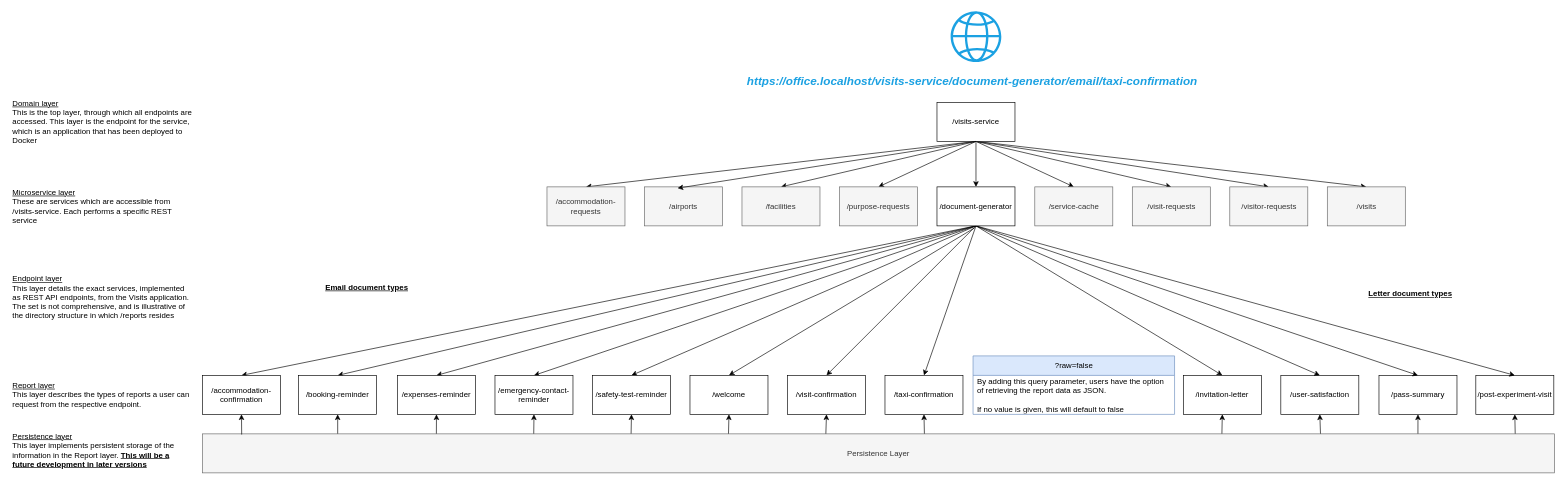
The draw.io diagram Service URL hierarchy.drawio in ambolt314/FinalProjectDesign, before the edit. Source tidied: cells renumbered, new cells numbered last; positions are measured from the earlier drawing's top-left corner, leaving out a move shared by most shapes. Both pictures are drawn from the tidied source at 65%, with x=0, y=0 at pixel (11, 11).
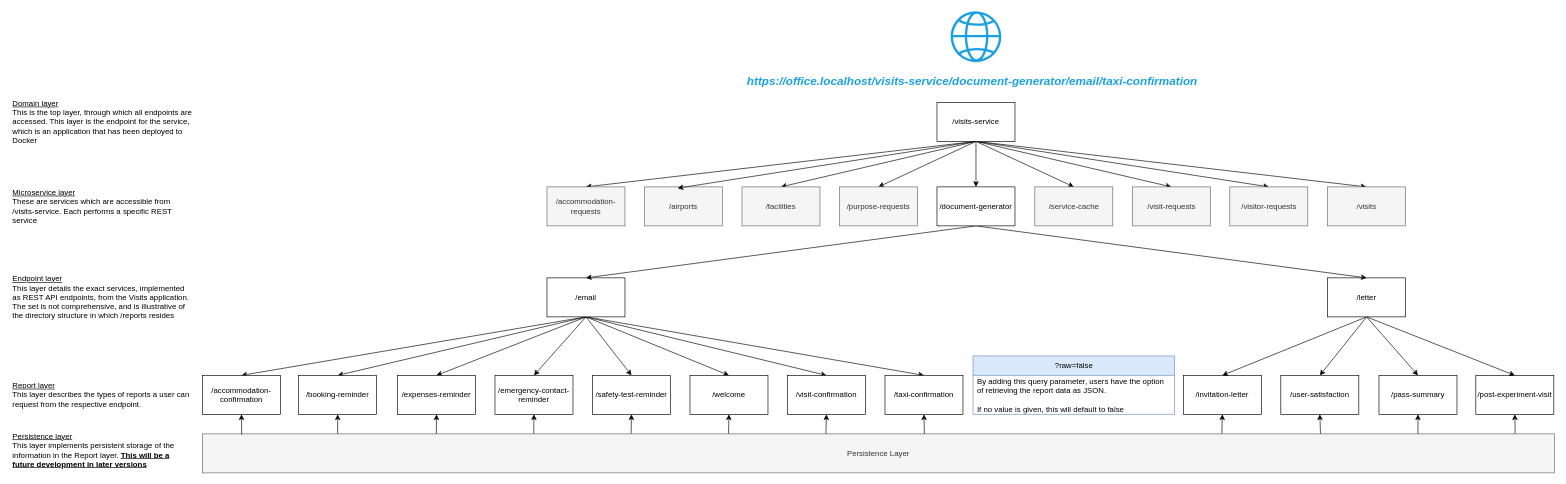
After the change.

Commit message:
Reverted to original design

Unchanged cells that the change refers to:
```xml
<mxCell id="20" value="/visit-confirmation" style="rounded=0;whiteSpace=wrap;html=1;" parent="1" vertex="1">
  <mxGeometry x="1194" y="560" width="120" height="60" as="geometry" />
</mxCell>
<mxCell id="28" value="/taxi-confirmation" style="rounded=0;whiteSpace=wrap;html=1;" parent="1" vertex="1">
  <mxGeometry x="1344" y="560" width="120" height="60" as="geometry" />
</mxCell>
<mxCell id="29" value="/booking-reminder" style="rounded=0;whiteSpace=wrap;html=1;" parent="1" vertex="1">
  <mxGeometry x="442" y="560" width="120" height="60" as="geometry" />
</mxCell>
<mxCell id="32" value="/accommodation-confirmation" style="rounded=0;whiteSpace=wrap;html=1;" parent="1" vertex="1">
  <mxGeometry x="294" y="560" width="120" height="60" as="geometry" />
</mxCell>
<mxCell id="35" value="/expenses-reminder" style="rounded=0;whiteSpace=wrap;html=1;" parent="1" vertex="1">
  <mxGeometry x="594" y="560" width="120" height="60" as="geometry" />
</mxCell>
<mxCell id="36" value="/invitation-letter" style="rounded=0;whiteSpace=wrap;html=1;" parent="1" vertex="1">
  <mxGeometry x="1803" y="560" width="120" height="60" as="geometry" />
</mxCell>
<mxCell id="37" value="/pass-summary" style="rounded=0;whiteSpace=wrap;html=1;" parent="1" vertex="1">
  <mxGeometry x="2104" y="560" width="120" height="60" as="geometry" />
</mxCell>
<mxCell id="38" value="/post-experiment-visit" style="rounded=0;whiteSpace=wrap;html=1;" parent="1" vertex="1">
  <mxGeometry x="2253" y="560" width="120" height="60" as="geometry" />
</mxCell>
<mxCell id="39" value="/safety-test-reminder" style="rounded=0;whiteSpace=wrap;html=1;" parent="1" vertex="1">
  <mxGeometry x="894" y="560" width="120" height="60" as="geometry" />
</mxCell>
<mxCell id="40" value="/emergency-contact-reminder" style="rounded=0;whiteSpace=wrap;html=1;" parent="1" vertex="1">
  <mxGeometry x="744" y="560" width="120" height="60" as="geometry" />
</mxCell>
<mxCell id="41" value="/user-satisfaction" style="rounded=0;whiteSpace=wrap;html=1;" parent="1" vertex="1">
  <mxGeometry x="1953" y="560" width="120" height="60" as="geometry" />
</mxCell>
<mxCell id="42" value="/welcome" style="rounded=0;whiteSpace=wrap;html=1;" parent="1" vertex="1">
  <mxGeometry x="1044" y="560" width="120" height="60" as="geometry" />
</mxCell>
<mxCell id="48" value="&lt;div&gt;/document-generator&lt;/div&gt;" style="rounded=0;whiteSpace=wrap;html=1;" parent="1" vertex="1">
  <mxGeometry x="1424" y="270" width="120" height="60" as="geometry" />
</mxCell>
```

The edit, as a diff of the source:
```diff
@@
-    <mxCell id="12" style="edgeStyle=none;rounded=0;jettySize=auto;html=1;entryX=0.5;entryY=0;entryDx=0;entryDy=0;exitX=0.5;exitY=1;exitDx=0;exitDy=0;" parent="1" edge="1" source="48" target="32">
+    <mxCell id="12" style="edgeStyle=none;rounded=0;jettySize=auto;html=1;entryX=0.5;entryY=0;entryDx=0;entryDy=0;exitX=0.5;exitY=1;exitDx=0;exitDy=0;" parent="1" edge="1" source="69" target="32">
       <mxGeometry relative="1" as="geometry" />
     </mxCell>
-    <mxCell id="13" style="edgeStyle=none;rounded=0;jettySize=auto;html=1;entryX=0.5;entryY=0;entryDx=0;entryDy=0;exitX=0.5;exitY=1;exitDx=0;exitDy=0;" parent="1" edge="1" source="48" target="29">
+    <mxCell id="13" style="edgeStyle=none;rounded=0;jettySize=auto;html=1;entryX=0.5;entryY=0;entryDx=0;entryDy=0;exitX=0.5;exitY=1;exitDx=0;exitDy=0;" parent="1" edge="1" source="69" target="29">
       <mxGeometry relative="1" as="geometry" />
     </mxCell>
-    <mxCell id="14" style="edgeStyle=none;rounded=0;jettySize=auto;html=1;entryX=0.5;entryY=0;entryDx=0;entryDy=0;exitX=0.5;exitY=1;exitDx=0;exitDy=0;" parent="1" edge="1" source="48" target="35">
+    <mxCell id="14" style="edgeStyle=none;rounded=0;jettySize=auto;html=1;entryX=0.5;entryY=0;entryDx=0;entryDy=0;exitX=0.5;exitY=1;exitDx=0;exitDy=0;" parent="1" edge="1" source="69" target="35">
       <mxGeometry relative="1" as="geometry" />
     </mxCell>
-    <mxCell id="15" style="edgeStyle=none;rounded=0;jettySize=auto;html=1;entryX=0.5;entryY=0;entryDx=0;entryDy=0;exitX=0.5;exitY=1;exitDx=0;exitDy=0;" parent="1" edge="1" source="48" target="40">
+    <mxCell id="15" style="edgeStyle=none;rounded=0;jettySize=auto;html=1;entryX=0.5;entryY=0;entryDx=0;entryDy=0;exitX=0.5;exitY=1;exitDx=0;exitDy=0;" parent="1" edge="1" source="69" target="40">
       <mxGeometry relative="1" as="geometry" />
     </mxCell>
-    <mxCell id="16" style="edgeStyle=none;rounded=0;jettySize=auto;html=1;entryX=0.5;entryY=0;entryDx=0;entryDy=0;exitX=0.5;exitY=1;exitDx=0;exitDy=0;" parent="1" edge="1" source="48" target="39">
+    <mxCell id="16" style="edgeStyle=none;rounded=0;jettySize=auto;html=1;entryX=0.5;entryY=0;entryDx=0;entryDy=0;exitX=0.5;exitY=1;exitDx=0;exitDy=0;" parent="1" edge="1" source="69" target="39">
       <mxGeometry relative="1" as="geometry" />
     </mxCell>
-    <mxCell id="17" style="edgeStyle=none;rounded=0;jettySize=auto;html=1;entryX=0.5;entryY=0;entryDx=0;entryDy=0;" parent="1" edge="1" target="42">
-      <mxGeometry relative="1" as="geometry">
-        <mxPoint x="1482" y="333" as="sourcePoint" />
-      </mxGeometry>
+    <mxCell id="17" style="edgeStyle=none;rounded=0;jettySize=auto;html=1;entryX=0.5;entryY=0;entryDx=0;entryDy=0;exitX=0.5;exitY=1;exitDx=0;exitDy=0;" parent="1" edge="1" source="69" target="42">
+      <mxGeometry relative="1" as="geometry" />
     </mxCell>
-    <mxCell id="18" style="edgeStyle=none;rounded=0;jettySize=auto;html=1;entryX=0.5;entryY=0;entryDx=0;entryDy=0;exitX=0.5;exitY=1;exitDx=0;exitDy=0;" parent="1" edge="1" source="48" target="20">
+    <mxCell id="18" style="edgeStyle=none;rounded=0;jettySize=auto;html=1;entryX=0.5;entryY=0;entryDx=0;entryDy=0;exitX=0.5;exitY=1;exitDx=0;exitDy=0;" parent="1" edge="1" source="69" target="20">
       <mxGeometry relative="1" as="geometry" />
     </mxCell>
-    <mxCell id="19" style="edgeStyle=none;rounded=0;jettySize=auto;html=1;entryX=0.5;entryY=0;entryDx=0;entryDy=0;exitX=0.5;exitY=1;exitDx=0;exitDy=0;" parent="1" edge="1" source="48" target="28">
+    <mxCell id="19" style="edgeStyle=none;rounded=0;jettySize=auto;html=1;entryX=0.5;entryY=0;entryDx=0;entryDy=0;exitX=0.5;exitY=1;exitDx=0;exitDy=0;" parent="1" edge="1" source="69" target="28">
       <mxGeometry relative="1" as="geometry" />
     </mxCell>
+    <mxCell id="69" value="/email" style="rounded=0;whiteSpace=wrap;html=1;" parent="1" vertex="1">
+      <mxGeometry x="824" y="410" width="120" height="60" as="geometry" />
+    </mxCell>
@@
-    <mxCell id="44" style="edgeStyle=none;rounded=0;jettySize=auto;html=1;entryX=0.5;entryY=0;entryDx=0;entryDy=0;exitX=0.5;exitY=1;exitDx=0;exitDy=0;" parent="1" edge="1" source="48" target="38">
+    <mxCell id="44" style="edgeStyle=none;rounded=0;jettySize=auto;html=1;entryX=0.5;entryY=0;entryDx=0;entryDy=0;exitX=0.5;exitY=1;exitDx=0;exitDy=0;" parent="1" edge="1" source="70" target="38">
       <mxGeometry relative="1" as="geometry" />
     </mxCell>
-    <mxCell id="45" style="edgeStyle=none;rounded=0;jettySize=auto;html=1;entryX=0.5;entryY=0;entryDx=0;entryDy=0;exitX=0.5;exitY=1;exitDx=0;exitDy=0;" parent="1" edge="1" source="48" target="36">
+    <mxCell id="45" style="edgeStyle=none;rounded=0;jettySize=auto;html=1;entryX=0.5;entryY=0;entryDx=0;entryDy=0;exitX=0.5;exitY=1;exitDx=0;exitDy=0;" parent="1" edge="1" source="70" target="36">
       <mxGeometry relative="1" as="geometry" />
     </mxCell>
-    <mxCell id="46" style="edgeStyle=none;rounded=0;jettySize=auto;html=1;entryX=0.5;entryY=0;entryDx=0;entryDy=0;exitX=0.5;exitY=1;exitDx=0;exitDy=0;" parent="1" edge="1" source="48" target="41">
+    <mxCell id="46" style="edgeStyle=none;rounded=0;jettySize=auto;html=1;entryX=0.5;entryY=0;entryDx=0;entryDy=0;exitX=0.5;exitY=1;exitDx=0;exitDy=0;" parent="1" edge="1" source="70" target="41">
       <mxGeometry relative="1" as="geometry" />
     </mxCell>
-    <mxCell id="47" style="edgeStyle=none;rounded=0;jettySize=auto;html=1;entryX=0.5;entryY=0;entryDx=0;entryDy=0;exitX=0.5;exitY=1;exitDx=0;exitDy=0;" parent="1" edge="1" source="48" target="37">
+    <mxCell id="47" style="edgeStyle=none;rounded=0;jettySize=auto;html=1;entryX=0.5;entryY=0;entryDx=0;entryDy=0;exitX=0.5;exitY=1;exitDx=0;exitDy=0;" parent="1" edge="1" source="70" target="37">
       <mxGeometry relative="1" as="geometry" />
     </mxCell>
+    <mxCell id="70" value="&lt;div&gt;/letter&lt;/div&gt;" style="rounded=0;whiteSpace=wrap;html=1;" parent="1" vertex="1">
+      <mxGeometry x="2025" y="410" width="120" height="60" as="geometry" />
+    </mxCell>
+    <mxCell id="71" style="edgeStyle=none;rounded=0;jettySize=auto;html=1;entryX=0.5;entryY=0;entryDx=0;entryDy=0;exitX=0.5;exitY=1;exitDx=0;exitDy=0;" parent="1" edge="1" source="48" target="69">
+      <mxGeometry relative="1" as="geometry" />
+    </mxCell>
+    <mxCell id="72" style="edgeStyle=none;rounded=0;jettySize=auto;html=1;entryX=0.5;entryY=0;entryDx=0;entryDy=0;exitX=0.5;exitY=1;exitDx=0;exitDy=0;" parent="1" edge="1" source="48" target="70">
+      <mxGeometry relative="1" as="geometry" />
+    </mxCell>
@@
-    <mxCell id="67" value="&lt;b&gt;&lt;u&gt;Email document types&lt;/u&gt;&lt;/b&gt;" style="text;html=1;align=center;verticalAlign=middle;whiteSpace=wrap;rounded=0;" parent="1" vertex="1">
-      <mxGeometry x="482" y="410" width="130" height="30" as="geometry" />
-    </mxCell>
-    <mxCell id="68" value="&lt;b&gt;&lt;u&gt;Letter document types&lt;/u&gt;&lt;/b&gt;" style="text;html=1;align=center;verticalAlign=middle;whiteSpace=wrap;rounded=0;" parent="1" vertex="1">
-      <mxGeometry x="2063" y="420" width="179" height="30" as="geometry" />
-    </mxCell>
```
